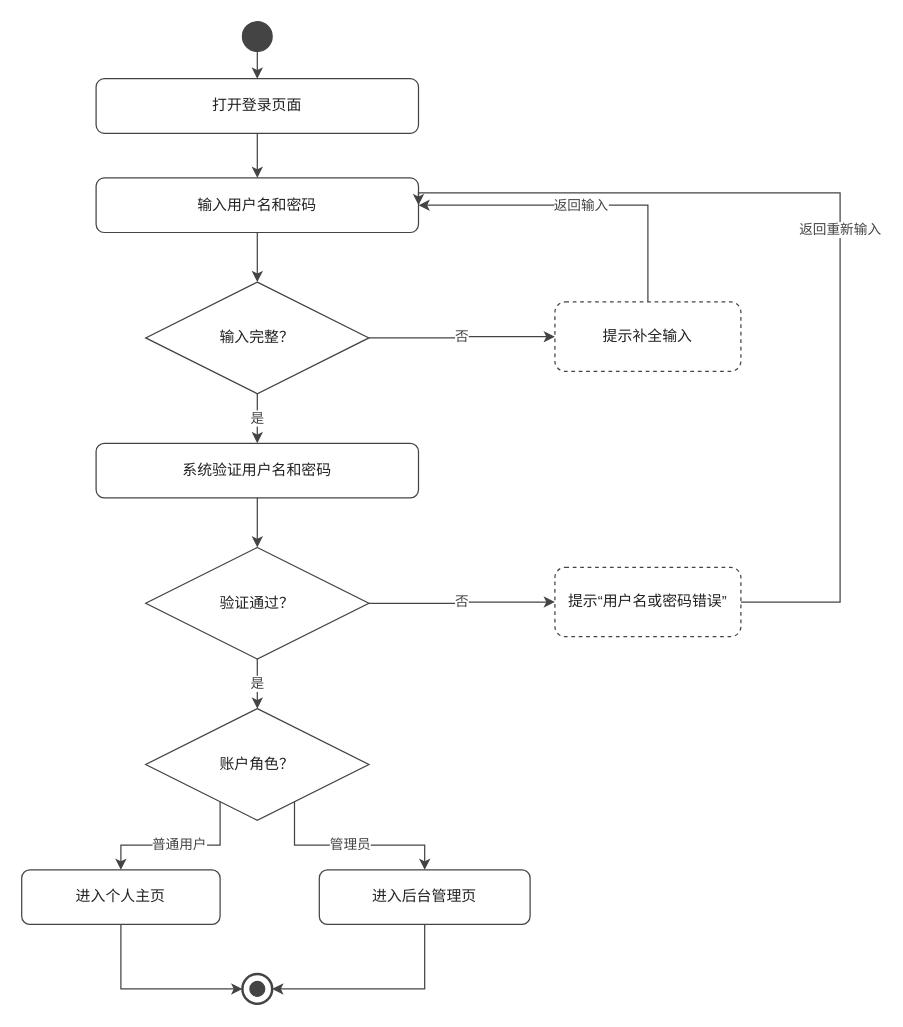
Above: docs/交付/1-账户管理-成员B/images/用户登录_活动图.drawio in chennuo1101/electronic-photo-album-system1 (draw.io), before the change. Source tidied: cells renumbered, new cells numbered last; positions are measured from the earlier drawing's top-left corner, leaving out a move shared by most shapes. Both pictures are drawn from the tidied source at 124%, with x=0, y=0 at pixel (21, 21).
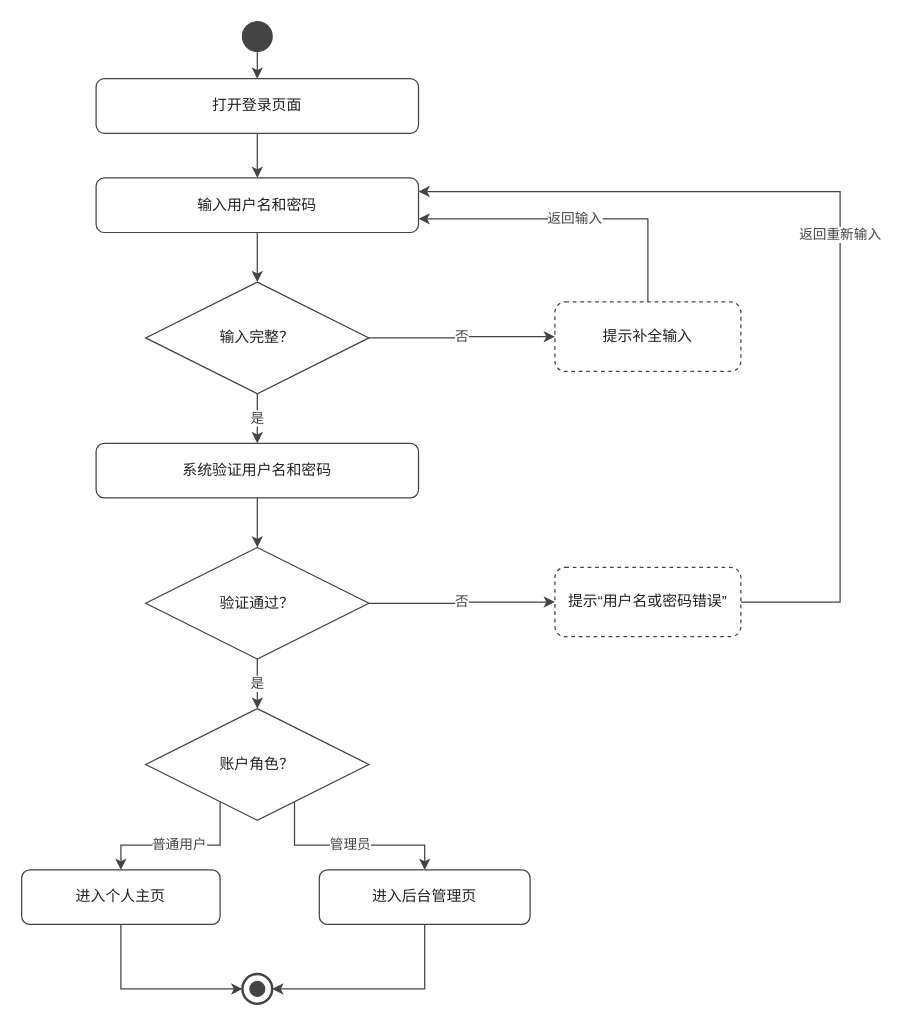
The same page after the edit.

The change refers to these unchanged cells:
```xml
<mxCell id="4" value="输入用户名和密码" style="rounded=1;whiteSpace=wrap;html=1;fillColor=#FFFFFF;strokeColor=#444444;fontFamily=Microsoft YaHei;fontSize=12;fontColor=#222222;" parent="1" vertex="1">
  <mxGeometry x="60" y="126" width="260" height="44" as="geometry" />
</mxCell>
<mxCell id="6" value="提示补全输入" style="rounded=1;whiteSpace=wrap;html=1;fillColor=none;strokeColor=#444444;dashed=1;fontFamily=Microsoft YaHei;fontSize=12;fontColor=#222222;" parent="1" vertex="1">
  <mxGeometry x="430" y="226" width="150" height="56" as="geometry" />
</mxCell>
<mxCell id="9" value="提示“用户名或密码错误”" style="rounded=1;whiteSpace=wrap;html=1;fillColor=none;strokeColor=#444444;dashed=1;fontFamily=Microsoft YaHei;fontSize=12;fontColor=#222222;" parent="1" vertex="1">
  <mxGeometry x="430" y="440" width="150" height="56" as="geometry" />
</mxCell>
```

Change to the diagram source:
```diff
@@
-    <mxCell id="19" value="返回输入" style="edgeStyle=orthogonalEdgeStyle;rounded=0;html=1;strokeColor=#444444;strokeWidth=1;fontFamily=Microsoft YaHei;fontSize=11;fontColor=#444444;labelBackgroundColor=#FFFFFF;exitX=0.5;exitY=0;entryX=1;entryY=0.5;" parent="1" edge="1" source="6" target="4">
+    <mxCell id="19" value="返回输入" style="edgeStyle=orthogonalEdgeStyle;rounded=0;html=1;strokeColor=#444444;strokeWidth=1;fontFamily=Microsoft YaHei;fontSize=11;fontColor=#444444;labelBackgroundColor=#FFFFFF;exitX=0.5;exitY=0;entryX=1;entryY=0.75;" parent="1" edge="1" source="6" target="4">
       <mxGeometry relative="1" as="geometry">
         <Array as="points">
-          <mxPoint x="505" y="148" />
+          <mxPoint x="505" y="159" />
         </Array>
       </mxGeometry>
     </mxCell>
@@
-    <mxCell id="23" value="返回重新输入" style="edgeStyle=orthogonalEdgeStyle;rounded=0;html=1;strokeColor=#444444;strokeWidth=1;fontFamily=Microsoft YaHei;fontSize=11;fontColor=#444444;labelBackgroundColor=#FFFFFF;exitX=1;exitY=0.5;entryX=1;entryY=0.5;" parent="1" edge="1" source="9" target="4">
+    <mxCell id="23" value="返回重新输入" style="edgeStyle=orthogonalEdgeStyle;rounded=0;html=1;strokeColor=#444444;strokeWidth=1;fontFamily=Microsoft YaHei;fontSize=11;fontColor=#444444;labelBackgroundColor=#FFFFFF;exitX=1;exitY=0.5;entryX=1;entryY=0.25;" parent="1" edge="1" source="9" target="4">
       <mxGeometry relative="1" as="geometry">
         <Array as="points">
           <mxPoint x="660" y="468" />
-          <mxPoint x="660" y="138" />
+          <mxPoint x="660" y="137" />
         </Array>
       </mxGeometry>
     </mxCell>
```
